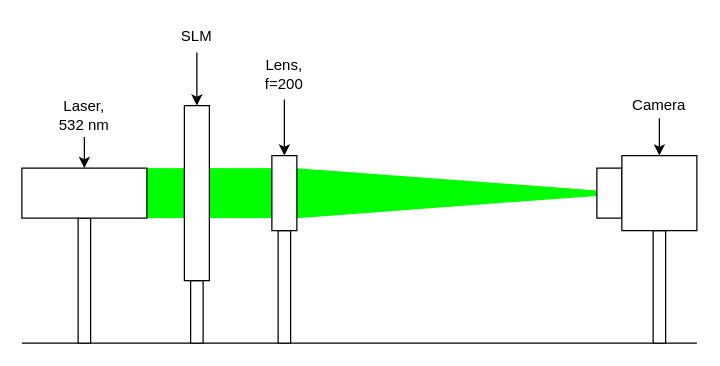
nbaehler/mask-designer keeps this draw.io diagram as documentation/images/setup_0.drawio. Above is the earlier version. Source tidied: cells renumbered, new cells numbered last; positions are measured from the earlier drawing's top-left corner, leaving out a move shared by most shapes. Both pictures are drawn from the tidied source at 125%, with x=0, y=0 at pixel (21, 20).
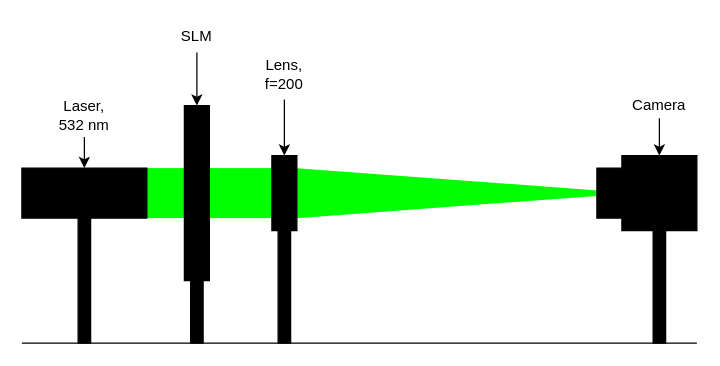
The same diagram, later.

The edit, as a diff of the source:
```diff
@@
-    <mxCell id="5" style="rounded=0;whiteSpace=wrap;html=1;fillColor=default;" parent="1" vertex="1">
+    <mxCell id="5" style="rounded=0;whiteSpace=wrap;html=1;fillColor=#000000;" parent="1" vertex="1">
       <mxGeometry x="45" y="158" width="10" height="100" as="geometry" />
     </mxCell>
-    <mxCell id="6" style="rounded=0;whiteSpace=wrap;html=1;fillColor=default;" parent="1" vertex="1">
+    <mxCell id="6" style="rounded=0;whiteSpace=wrap;html=1;fillColor=#000000;" parent="1" vertex="1">
       <mxGeometry x="135" y="208" width="10" height="50" as="geometry" />
     </mxCell>
-    <mxCell id="7" style="rounded=0;whiteSpace=wrap;html=1;fillColor=default;" parent="1" vertex="1">
+    <mxCell id="7" style="rounded=0;whiteSpace=wrap;html=1;fillColor=#000000;" parent="1" vertex="1">
       <mxGeometry x="505" y="168" width="10" height="90" as="geometry" />
     </mxCell>
-    <mxCell id="8" style="rounded=0;whiteSpace=wrap;html=1;fillColor=default;" parent="1" vertex="1">
+    <mxCell id="8" style="rounded=0;whiteSpace=wrap;html=1;fillColor=#000000;" parent="1" vertex="1">
       <mxGeometry x="205" y="168" width="10" height="90" as="geometry" />
     </mxCell>
@@
-    <mxCell id="16" style="rounded=0;whiteSpace=wrap;html=1;fillColor=default;" parent="1" vertex="1">
+    <mxCell id="16" style="rounded=0;whiteSpace=wrap;html=1;fillColor=#000000;" parent="1" vertex="1">
       <mxGeometry x="130" y="68" width="20" height="140" as="geometry" />
     </mxCell>
-    <mxCell id="17" style="rounded=0;whiteSpace=wrap;html=1;fillColor=default;" parent="1" vertex="1">
+    <mxCell id="17" style="rounded=0;whiteSpace=wrap;html=1;fillColor=#000000;" parent="1" vertex="1">
       <mxGeometry x="200" y="108" width="20" height="60" as="geometry" />
     </mxCell>
-    <mxCell id="18" style="rounded=0;whiteSpace=wrap;html=1;fillColor=default;" parent="1" vertex="1">
+    <mxCell id="18" style="rounded=0;whiteSpace=wrap;html=1;fillColor=#000000;" parent="1" vertex="1">
       <mxGeometry x="460" y="118" width="20" height="40" as="geometry" />
     </mxCell>
-    <mxCell id="19" style="rounded=0;whiteSpace=wrap;html=1;fillColor=default;" parent="1" vertex="1">
+    <mxCell id="19" style="rounded=0;whiteSpace=wrap;html=1;fillColor=#000000;" parent="1" vertex="1">
       <mxGeometry x="480" y="108" width="60" height="60" as="geometry" />
     </mxCell>
-    <mxCell id="20" style="rounded=0;whiteSpace=wrap;html=1;fillColor=default;" parent="1" vertex="1">
+    <mxCell id="20" style="rounded=0;whiteSpace=wrap;html=1;fillColor=#000000;" parent="1" vertex="1">
       <mxGeometry y="118" width="100" height="40" as="geometry" />
     </mxCell>
```
